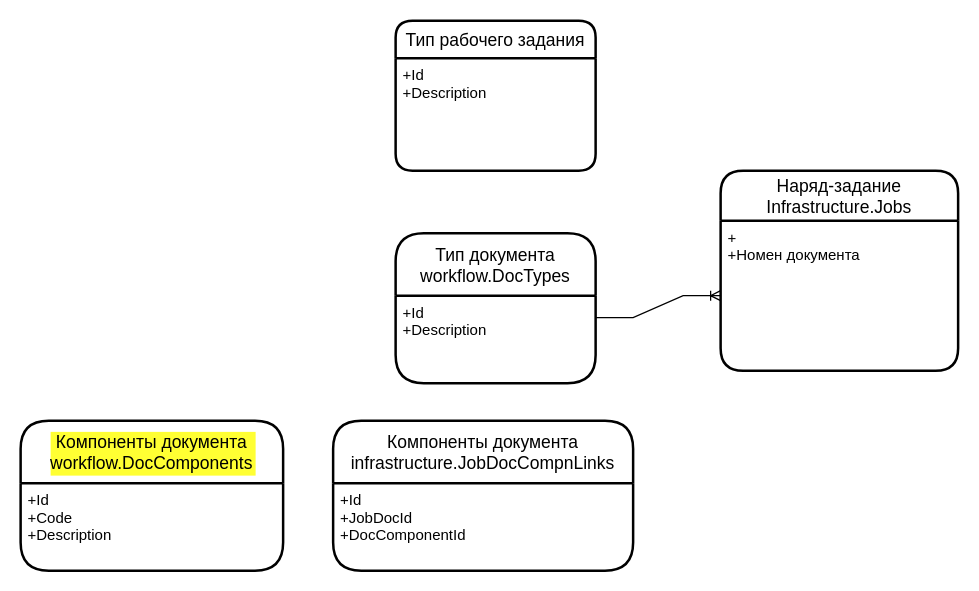
The draw.io diagram page "DB" (4 of 6) of maint/Рабочее задание.drawio in tvolodi-ab/ASCOA, before the edit. Source tidied: cells renumbered, new cells numbered last; positions are measured from the earlier drawing's top-left corner, leaving out a move shared by most shapes. Both pictures are drawn from the tidied source at 125%, with x=0, y=0 at pixel (20, 20).
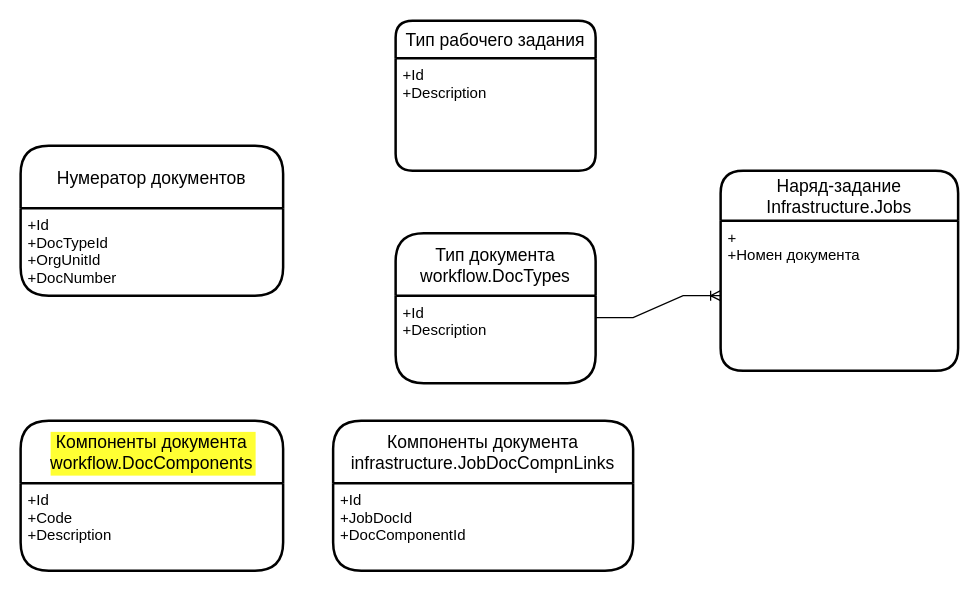
Above is the later version.

The edit, as a diff of the source:
```diff
@@
 <mxGraphModel>
   <root>
     <mxCell id="0" />
     <mxCell id="1" parent="0" />
     <mxCell id="2" value="Тип рабочего задания" style="swimlane;horizontal=1;startSize=30;rounded=1;fontSize=14;fontStyle=0;strokeWidth=2;shadow=0;dashed=0;align=center;labelBackgroundColor=none;fontColor=#000000;fillColor=#FFFFFF;gradientColor=none;gradientDirection=north;" parent="1" vertex="1">
       <mxGeometry x="300" width="160" height="120" as="geometry" />
     </mxCell>
     <mxCell id="3" value="+Id&#10;+Description" style="align=left;strokeColor=none;fillColor=none;spacingLeft=4;fontSize=12;verticalAlign=top;labelBackgroundColor=none;fontColor=#000000;" parent="2" vertex="1">
       <mxGeometry y="30" width="160" height="90" as="geometry" />
     </mxCell>
     <mxCell id="4" value="Наряд-задание&#10;Infrastructure.Jobs" style="swimlane;horizontal=1;startSize=40;rounded=1;fontSize=14;fontStyle=0;strokeWidth=2;shadow=0;dashed=0;align=center;labelBackgroundColor=none;fontColor=#000000;fillColor=#FFFFFF;gradientColor=none;gradientDirection=north;" parent="1" vertex="1">
       <mxGeometry x="560" y="120" width="190" height="160" as="geometry" />
     </mxCell>
     <mxCell id="5" value="+&#10;+Номен документа" style="align=left;strokeColor=none;fillColor=none;spacingLeft=4;fontSize=12;verticalAlign=top;labelBackgroundColor=none;fontColor=#000000;" parent="4" vertex="1">
       <mxGeometry y="40" width="190" height="120" as="geometry" />
     </mxCell>
     <mxCell id="6" value="Тип документа&#10;workflow.DocTypes" style="swimlane;horizontal=1;startSize=50;rounded=1;fontSize=14;fontStyle=0;strokeWidth=2;shadow=0;dashed=0;align=center;labelBackgroundColor=none;fontColor=#000000;fillColor=#FFFFFF;gradientColor=none;gradientDirection=north;" parent="1" vertex="1">
       <mxGeometry x="300" y="170" width="160" height="120" as="geometry" />
     </mxCell>
     <mxCell id="7" value="+Id&#10;+Description" style="align=left;strokeColor=none;fillColor=none;spacingLeft=4;fontSize=12;verticalAlign=top;labelBackgroundColor=none;fontColor=#000000;" parent="6" vertex="1">
       <mxGeometry y="50" width="160" height="70" as="geometry" />
     </mxCell>
     <mxCell id="8" style="edgeStyle=entityRelationEdgeStyle;fontSize=12;html=1;endArrow=ERoneToMany;rounded=0;exitX=1;exitY=0.25;exitDx=0;exitDy=0;entryX=0;entryY=0.5;entryDx=0;entryDy=0;" parent="1" edge="1" source="7" target="5">
       <mxGeometry relative="1" as="geometry" />
     </mxCell>
     <mxCell id="9" value="Компоненты документа&#10;workflow.DocComponents" style="swimlane;horizontal=1;startSize=50;rounded=1;fontSize=14;fontStyle=0;strokeWidth=2;shadow=0;dashed=0;align=center;labelBackgroundColor=#FFFF33;fontColor=#000000;fillColor=#FFFFFF;gradientColor=none;gradientDirection=north;" parent="1" vertex="1">
       <mxGeometry y="320" width="210" height="120" as="geometry" />
     </mxCell>
     <mxCell id="10" value="+Id&#10;+Code&#10;+Description" style="align=left;strokeColor=none;fillColor=none;spacingLeft=4;fontSize=12;verticalAlign=top;labelBackgroundColor=none;fontColor=#000000;" parent="9" vertex="1">
       <mxGeometry y="50" width="210" height="70" as="geometry" />
     </mxCell>
     <mxCell id="11" value="Компоненты документа&#10;infrastructure.JobDocCompnLinks" style="swimlane;horizontal=1;startSize=50;rounded=1;fontSize=14;fontStyle=0;strokeWidth=2;shadow=0;dashed=0;align=center;labelBackgroundColor=none;fontColor=#000000;fillColor=#FFFFFF;gradientColor=none;gradientDirection=north;" parent="1" vertex="1">
       <mxGeometry x="250" y="320" width="240" height="120" as="geometry" />
     </mxCell>
     <mxCell id="12" value="+Id&#10;+JobDocId&#10;+DocComponentId" style="align=left;strokeColor=none;fillColor=none;spacingLeft=4;fontSize=12;verticalAlign=top;labelBackgroundColor=none;fontColor=#000000;" parent="11" vertex="1">
       <mxGeometry y="50" width="240" height="70" as="geometry" />
     </mxCell>
+    <mxCell id="13" value="Нумератор документов" style="swimlane;horizontal=1;startSize=50;rounded=1;fontSize=14;fontStyle=0;strokeWidth=2;shadow=0;dashed=0;align=center;labelBackgroundColor=none;fontColor=#000000;fillColor=#FFFFFF;gradientColor=none;gradientDirection=north;" parent="1" vertex="1">
+      <mxGeometry y="100" width="210" height="120" as="geometry" />
+    </mxCell>
+    <mxCell id="14" value="+Id&#10;+DocTypeId&#10;+OrgUnitId&#10;+DocNumber" style="align=left;strokeColor=none;fillColor=none;spacingLeft=4;fontSize=12;verticalAlign=top;labelBackgroundColor=none;fontColor=#000000;" parent="13" vertex="1">
+      <mxGeometry y="50" width="210" height="70" as="geometry" />
+    </mxCell>
   </root>
 </mxGraphModel>
```
